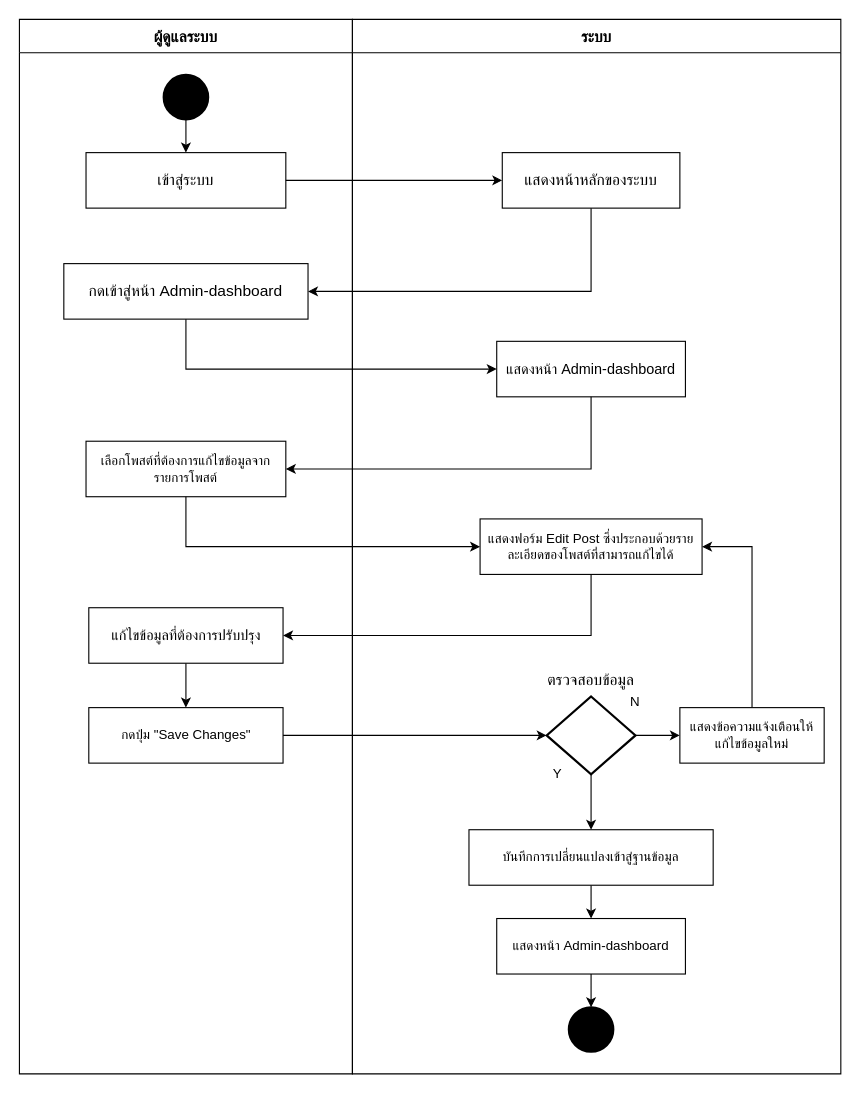
Before: page "ADV_satitic" (11 of 11) of Workflow Diagram.drawio in 64160106/projectfinal, a draw.io diagram. Source tidied: cells renumbered, new cells numbered last; positions are measured from the earlier drawing's top-left corner, leaving out a move shared by most shapes. Both pictures are drawn from the tidied source at 111%, with x=0, y=0 at pixel (19, 19).
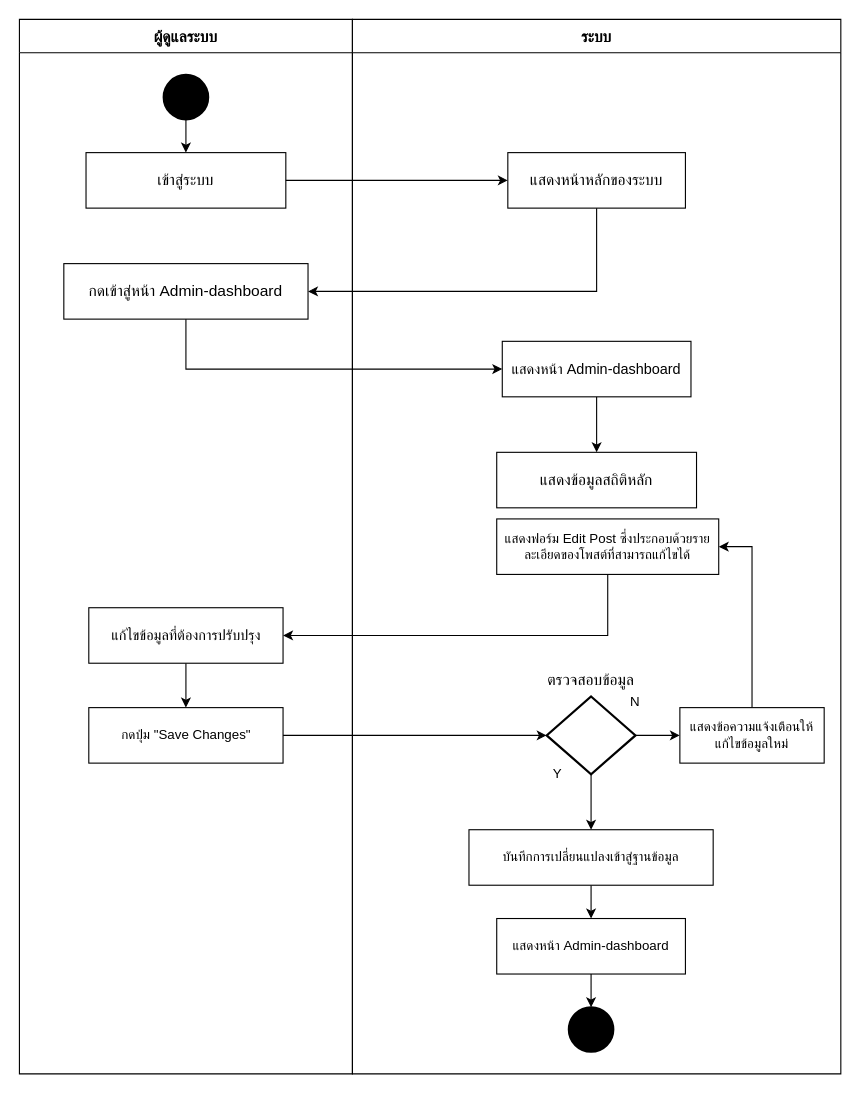
The same page after the edit.

Unchanged cells that the change refers to:
```xml
<mxCell id="2" value="ผู้ดูแลระบบ" style="swimlane;startSize=30;fontSize=14;" parent="1" vertex="1">
  <mxGeometry width="300" height="950" as="geometry" />
</mxCell>
<mxCell id="11" value="ระบบ" style="swimlane;startSize=30;fontSize=14;" parent="1" vertex="1">
  <mxGeometry x="300" width="440" height="950" as="geometry" />
</mxCell>
```

Change to the diagram source:
```diff
@@
-    <mxCell id="7" value="เลือกโพสต์ที่ต้องการแก้ไขข้อมูลจากรายการโพสต์" style="rounded=0;whiteSpace=wrap;html=1;" parent="2" vertex="1">
-      <mxGeometry x="60" y="380" width="180" height="50" as="geometry" />
-    </mxCell>
@@
     <mxCell id="12" value="&lt;span style=&quot;font-size: 14px;&quot;&gt;แสดงหน้าหลักของระบบ&lt;/span&gt;" style="rounded=0;whiteSpace=wrap;html=1;" parent="11" vertex="1">
-      <mxGeometry x="135" y="120" width="160" height="50" as="geometry" />
+      <mxGeometry x="140" y="120" width="160" height="50" as="geometry" />
     </mxCell>
+    <mxCell id="30" style="edgeStyle=orthogonalEdgeStyle;rounded=0;jettySize=auto;html=1;exitX=0.5;exitY=1;exitDx=0;exitDy=0;entryX=0.5;entryY=0;entryDx=0;entryDy=0;" parent="11" edge="1" source="13" target="7">
+      <mxGeometry relative="1" as="geometry" />
+    </mxCell>
     <mxCell id="13" value="&lt;font style=&quot;font-size: 13px;&quot;&gt;แสดงหน้า Admin-dashboard&lt;/font&gt;" style="rounded=0;whiteSpace=wrap;html=1;" parent="11" vertex="1">
-      <mxGeometry x="130" y="290" width="170" height="50" as="geometry" />
+      <mxGeometry x="135" y="290" width="170" height="50" as="geometry" />
     </mxCell>
     <mxCell id="14" value="แสดงฟอร์ม Edit Post ซึ่งประกอบด้วยรายละเอียดของโพสต์ที่สามารถแก้ไขได้" style="rounded=0;whiteSpace=wrap;html=1;" parent="11" vertex="1">
-      <mxGeometry x="115" y="450" width="200" height="50" as="geometry" />
+      <mxGeometry x="130" y="450" width="200" height="50" as="geometry" />
     </mxCell>
@@
+    <mxCell id="7" value="&lt;font style=&quot;font-size: 14px;&quot;&gt;แสดงข้อมูลสถิติหลัก&lt;/font&gt;" style="rounded=0;whiteSpace=wrap;html=1;" parent="11" vertex="1">
+      <mxGeometry x="130" y="390" width="180" height="50" as="geometry" />
+    </mxCell>
@@
-    <mxCell id="30" style="edgeStyle=orthogonalEdgeStyle;rounded=0;jettySize=auto;html=1;exitX=0.5;exitY=1;exitDx=0;exitDy=0;entryX=1;entryY=0.5;entryDx=0;entryDy=0;" parent="1" edge="1" source="13" target="7">
-      <mxGeometry relative="1" as="geometry" />
-    </mxCell>
-    <mxCell id="31" style="edgeStyle=orthogonalEdgeStyle;rounded=0;jettySize=auto;html=1;exitX=0.5;exitY=1;exitDx=0;exitDy=0;entryX=0;entryY=0.5;entryDx=0;entryDy=0;" parent="1" edge="1" source="7" target="14">
-      <mxGeometry relative="1" as="geometry" />
-    </mxCell>
```
